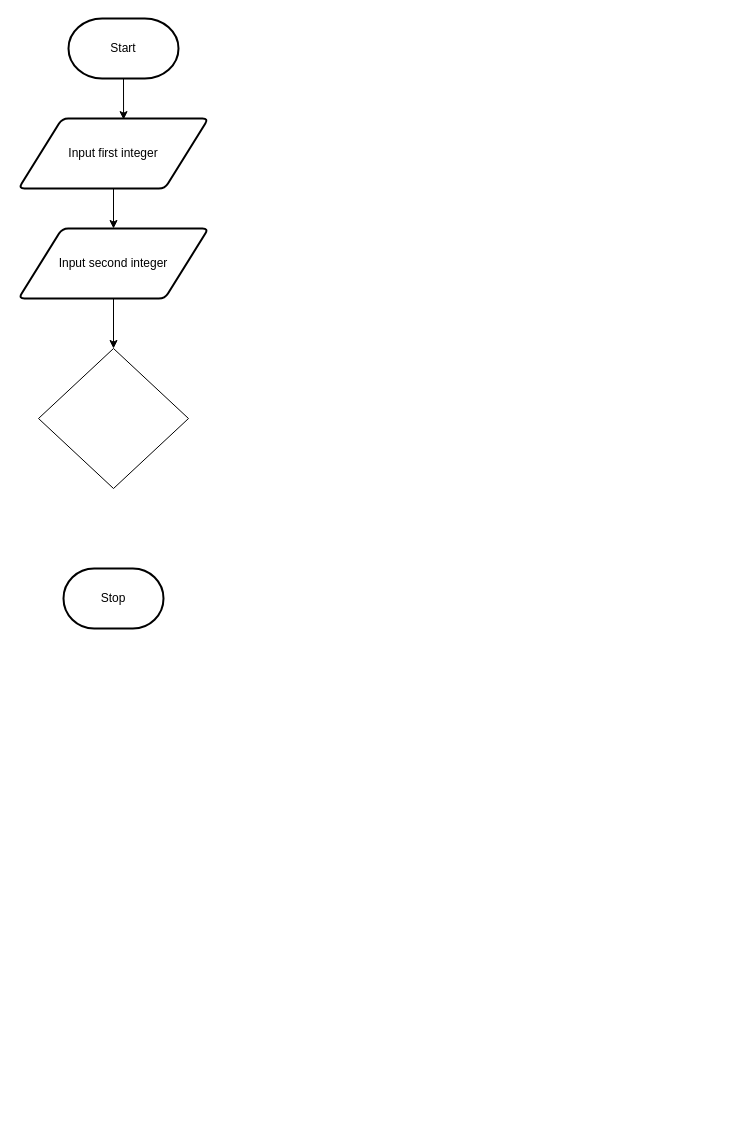
Before: design/flowchart.drawio in joannesanthosh/ICS20-Unit5-06-HTML, a draw.io diagram. Source tidied: cells renumbered, new cells numbered last; positions are measured from the earlier drawing's top-left corner, leaving out a move shared by most shapes. Both pictures are drawn from the tidied source at 100%, with x=0, y=0 at pixel (18, 18).
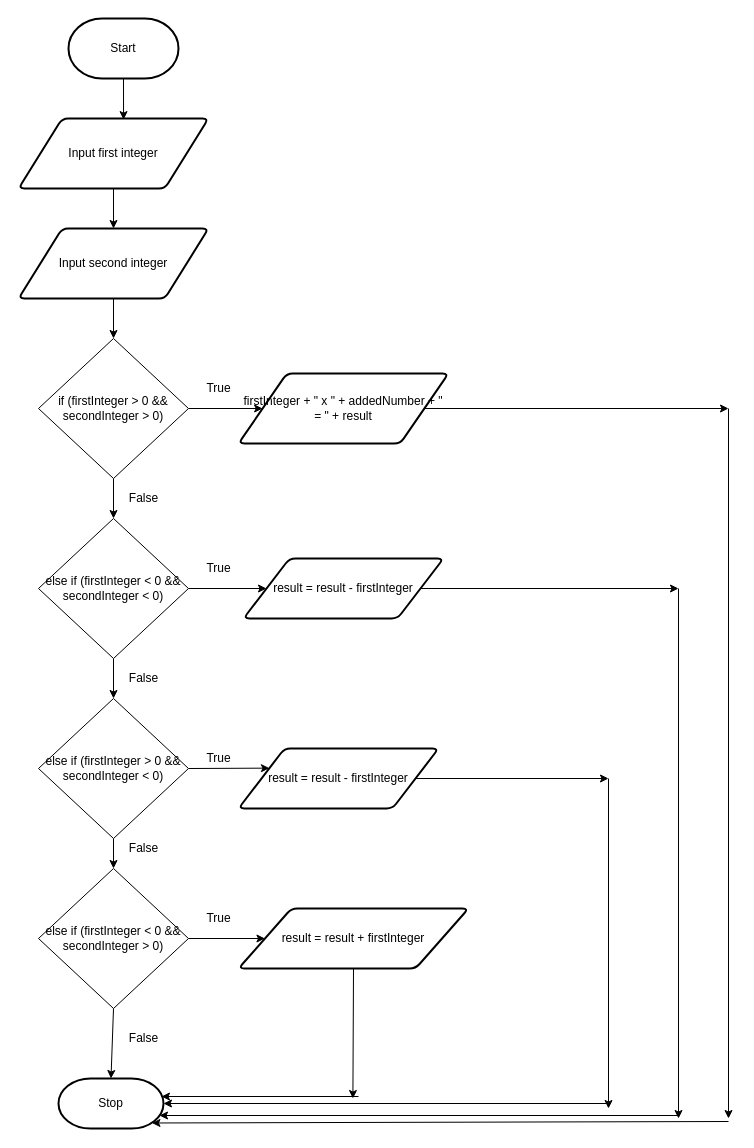
The same diagram, later.

Commit message (it also covers changes not shown here):
change flowchart and storyboard

Change to the diagram source:
```diff
@@
     <mxCell id="6" value="Stop" style="strokeWidth=2;html=1;shape=mxgraph.flowchart.terminator;whiteSpace=wrap;" parent="1" vertex="1">
-      <mxGeometry x="45" y="550" width="100" height="60" as="geometry" />
+      <mxGeometry x="40" y="1060" width="105" height="50" as="geometry" />
     </mxCell>
+    <mxCell id="10" style="edgeStyle=none;html=1;exitX=0.5;exitY=1;exitDx=0;exitDy=0;entryX=0.5;entryY=0;entryDx=0;entryDy=0;" parent="1" edge="1" source="7" target="14">
+      <mxGeometry relative="1" as="geometry" />
+    </mxCell>
+    <mxCell id="11" style="edgeStyle=none;html=1;exitX=1;exitY=0.5;exitDx=0;exitDy=0;entryX=0;entryY=0.5;entryDx=0;entryDy=0;" parent="1" edge="1" source="7" target="22">
+      <mxGeometry relative="1" as="geometry" />
+    </mxCell>
-    <mxCell id="7" style="rhombus;whiteSpace=wrap;html=1;" parent="1" vertex="1">
-      <mxGeometry x="20" y="330" width="150" height="140" as="geometry" />
+    <mxCell id="7" value="if (firstInteger &amp;gt; 0 &amp;amp;&amp;amp; secondInteger &amp;gt; 0)" style="rhombus;whiteSpace=wrap;html=1;" parent="1" vertex="1">
+      <mxGeometry x="20" y="320" width="150" height="140" as="geometry" />
     </mxCell>
@@
+    <mxCell id="12" style="edgeStyle=none;html=1;exitX=0.5;exitY=1;exitDx=0;exitDy=0;entryX=0.5;entryY=0;entryDx=0;entryDy=0;" parent="1" edge="1" source="14" target="17">
+      <mxGeometry relative="1" as="geometry" />
+    </mxCell>
+    <mxCell id="13" style="edgeStyle=none;html=1;exitX=1;exitY=0.5;exitDx=0;exitDy=0;entryX=0;entryY=0.5;entryDx=0;entryDy=0;" parent="1" edge="1" source="14" target="24">
+      <mxGeometry relative="1" as="geometry" />
+    </mxCell>
+    <mxCell id="14" value="else if (firstInteger &amp;lt; 0 &amp;amp;&amp;amp; secondInteger &amp;lt; 0)" style="rhombus;whiteSpace=wrap;html=1;" parent="1" vertex="1">
+      <mxGeometry x="20" y="500" width="150" height="140" as="geometry" />
+    </mxCell>
+    <mxCell id="15" style="edgeStyle=none;html=1;exitX=0.5;exitY=1;exitDx=0;exitDy=0;entryX=0.5;entryY=0;entryDx=0;entryDy=0;" parent="1" edge="1" source="17" target="20">
+      <mxGeometry relative="1" as="geometry" />
+    </mxCell>
+    <mxCell id="16" style="edgeStyle=none;html=1;exitX=1;exitY=0.5;exitDx=0;exitDy=0;entryX=0;entryY=0.25;entryDx=0;entryDy=0;" parent="1" edge="1" source="17" target="26">
+      <mxGeometry relative="1" as="geometry" />
+    </mxCell>
+    <mxCell id="17" value="else if (firstInteger &amp;gt; 0 &amp;amp;&amp;amp; secondInteger &amp;lt; 0)" style="rhombus;whiteSpace=wrap;html=1;" parent="1" vertex="1">
+      <mxGeometry x="20" y="680" width="150" height="140" as="geometry" />
+    </mxCell>
+    <mxCell id="18" style="edgeStyle=none;html=1;exitX=1;exitY=0.5;exitDx=0;exitDy=0;entryX=0;entryY=0.5;entryDx=0;entryDy=0;" parent="1" edge="1" source="20" target="27">
+      <mxGeometry relative="1" as="geometry" />
+    </mxCell>
+    <mxCell id="19" style="edgeStyle=none;html=1;exitX=0.5;exitY=1;exitDx=0;exitDy=0;entryX=0.5;entryY=0;entryDx=0;entryDy=0;entryPerimeter=0;" parent="1" edge="1" source="20" target="6">
+      <mxGeometry relative="1" as="geometry" />
+    </mxCell>
+    <mxCell id="20" value="else if (firstInteger &amp;lt; 0 &amp;amp;&amp;amp; secondInteger &amp;gt; 0)" style="rhombus;whiteSpace=wrap;html=1;" parent="1" vertex="1">
+      <mxGeometry x="20" y="850" width="150" height="140" as="geometry" />
+    </mxCell>
+    <mxCell id="21" style="edgeStyle=none;html=1;exitX=1;exitY=0.5;exitDx=0;exitDy=0;" parent="1" edge="1" source="22">
+      <mxGeometry relative="1" as="geometry">
+        <mxPoint x="710" y="390" as="targetPoint" />
+      </mxGeometry>
+    </mxCell>
+    <mxCell id="22" value="firstInteger + &quot; x &quot; + addedNumber + &quot; = &quot; + result" style="shape=parallelogram;html=1;strokeWidth=2;perimeter=parallelogramPerimeter;whiteSpace=wrap;rounded=1;arcSize=12;size=0.23;" parent="1" vertex="1">
+      <mxGeometry x="220" y="355" width="210" height="70" as="geometry" />
+    </mxCell>
+    <mxCell id="23" style="edgeStyle=none;html=1;exitX=1;exitY=0.5;exitDx=0;exitDy=0;" parent="1" edge="1" source="24">
+      <mxGeometry relative="1" as="geometry">
+        <mxPoint x="660" y="570" as="targetPoint" />
+      </mxGeometry>
+    </mxCell>
+    <mxCell id="24" value="result = result - firstInteger" style="shape=parallelogram;html=1;strokeWidth=2;perimeter=parallelogramPerimeter;whiteSpace=wrap;rounded=1;arcSize=12;size=0.23;" parent="1" vertex="1">
+      <mxGeometry x="225" y="540" width="200" height="60" as="geometry" />
+    </mxCell>
+    <mxCell id="25" style="edgeStyle=none;html=1;exitX=1;exitY=0.5;exitDx=0;exitDy=0;" parent="1" edge="1" source="26">
+      <mxGeometry relative="1" as="geometry">
+        <mxPoint x="590" y="760" as="targetPoint" />
+      </mxGeometry>
+    </mxCell>
+    <mxCell id="26" value="result = result - firstInteger" style="shape=parallelogram;html=1;strokeWidth=2;perimeter=parallelogramPerimeter;whiteSpace=wrap;rounded=1;arcSize=12;size=0.23;" parent="1" vertex="1">
+      <mxGeometry x="220" y="730" width="200" height="60" as="geometry" />
+    </mxCell>
+    <mxCell id="27" value="result = result + firstInteger" style="shape=parallelogram;html=1;strokeWidth=2;perimeter=parallelogramPerimeter;whiteSpace=wrap;rounded=1;arcSize=12;size=0.23;" parent="1" vertex="1">
+      <mxGeometry x="220" y="890" width="230" height="60" as="geometry" />
+    </mxCell>
+    <mxCell id="28" value="True" style="text;html=1;align=center;verticalAlign=middle;fillColor=none;strokeColor=none;rounded=0;" parent="1" vertex="1">
+      <mxGeometry x="180" y="360" width="40" height="20" as="geometry" />
+    </mxCell>
+    <mxCell id="29" value="True" style="text;html=1;align=center;verticalAlign=middle;fillColor=none;strokeColor=none;rounded=0;" parent="1" vertex="1">
+      <mxGeometry x="180" y="540" width="40" height="20" as="geometry" />
+    </mxCell>
+    <mxCell id="30" value="True" style="text;html=1;align=center;verticalAlign=middle;fillColor=none;strokeColor=none;rounded=0;" parent="1" vertex="1">
+      <mxGeometry x="180" y="730" width="40" height="20" as="geometry" />
+    </mxCell>
+    <mxCell id="31" value="True" style="text;html=1;align=center;verticalAlign=middle;fillColor=none;strokeColor=none;rounded=0;" parent="1" vertex="1">
+      <mxGeometry x="180" y="890" width="40" height="20" as="geometry" />
+    </mxCell>
+    <mxCell id="32" value="False" style="text;html=1;align=center;verticalAlign=middle;fillColor=none;strokeColor=none;rounded=0;" parent="1" vertex="1">
+      <mxGeometry x="100" y="650" width="50" height="20" as="geometry" />
+    </mxCell>
+    <mxCell id="33" value="False" style="text;html=1;align=center;verticalAlign=middle;fillColor=none;strokeColor=none;rounded=0;" parent="1" vertex="1">
+      <mxGeometry x="100" y="820" width="50" height="20" as="geometry" />
+    </mxCell>
+    <mxCell id="34" value="False" style="text;html=1;align=center;verticalAlign=middle;fillColor=none;strokeColor=none;rounded=0;" parent="1" vertex="1">
+      <mxGeometry x="100" y="470" width="50" height="20" as="geometry" />
+    </mxCell>
+    <mxCell id="35" value="False" style="text;html=1;align=center;verticalAlign=middle;fillColor=none;strokeColor=none;rounded=0;" parent="1" vertex="1">
+      <mxGeometry x="100" y="1010" width="50" height="20" as="geometry" />
+    </mxCell>
+    <mxCell id="36" style="edgeStyle=none;html=1;" parent="1" edge="1">
+      <mxGeometry relative="1" as="geometry">
+        <mxPoint x="710" y="390" as="sourcePoint" />
+        <mxPoint x="710" y="1100" as="targetPoint" />
+      </mxGeometry>
+    </mxCell>
+    <mxCell id="37" style="edgeStyle=none;html=1;entryX=0.89;entryY=0.89;entryDx=0;entryDy=0;entryPerimeter=0;" parent="1" edge="1" target="6">
+      <mxGeometry relative="1" as="geometry">
+        <mxPoint x="710" y="1103" as="sourcePoint" />
+      </mxGeometry>
+    </mxCell>
+    <mxCell id="38" style="edgeStyle=none;html=1;" parent="1" edge="1">
+      <mxGeometry relative="1" as="geometry">
+        <mxPoint x="660" y="570" as="sourcePoint" />
+        <mxPoint x="660" y="1100" as="targetPoint" />
+      </mxGeometry>
+    </mxCell>
+    <mxCell id="39" style="edgeStyle=none;html=1;entryX=0.962;entryY=0.74;entryDx=0;entryDy=0;entryPerimeter=0;" parent="1" edge="1" target="6">
+      <mxGeometry relative="1" as="geometry">
+        <mxPoint x="660" y="1097" as="sourcePoint" />
+      </mxGeometry>
+    </mxCell>
+    <mxCell id="40" style="edgeStyle=none;html=1;" parent="1" edge="1">
+      <mxGeometry relative="1" as="geometry">
+        <mxPoint x="590" y="760" as="sourcePoint" />
+        <mxPoint x="590" y="1090" as="targetPoint" />
+      </mxGeometry>
+    </mxCell>
+    <mxCell id="41" style="edgeStyle=none;html=1;entryX=1;entryY=0.5;entryDx=0;entryDy=0;entryPerimeter=0;" parent="1" edge="1" target="6">
+      <mxGeometry relative="1" as="geometry">
+        <mxPoint x="590" y="1085" as="sourcePoint" />
+      </mxGeometry>
+    </mxCell>
+    <mxCell id="42" style="edgeStyle=none;html=1;exitX=0.5;exitY=1;exitDx=0;exitDy=0;" parent="1" edge="1" source="27">
+      <mxGeometry relative="1" as="geometry">
+        <mxPoint x="334.4" y="1080" as="targetPoint" />
+      </mxGeometry>
+    </mxCell>
+    <mxCell id="43" style="edgeStyle=none;html=1;entryX=0.981;entryY=0.36;entryDx=0;entryDy=0;entryPerimeter=0;" parent="1" edge="1" target="6">
+      <mxGeometry relative="1" as="geometry">
+        <mxPoint x="340" y="1078" as="sourcePoint" />
+      </mxGeometry>
+    </mxCell>
```
